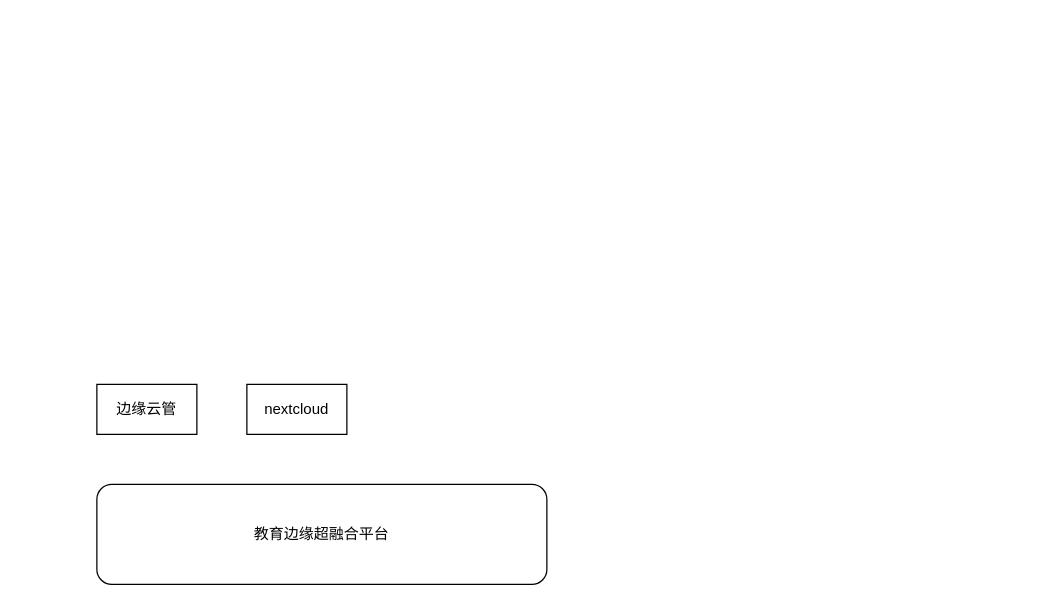
This is 教育-边缘应用部署.drawio from klonhj2015/education-cloud, a draw.io file, before an edit. Source tidied: cells renumbered, new cells numbered last; positions are measured from the earlier drawing's top-left corner, leaving out a move shared by most shapes. Both pictures are drawn from the tidied source at 125%, with x=0, y=0 at pixel (96, 384).
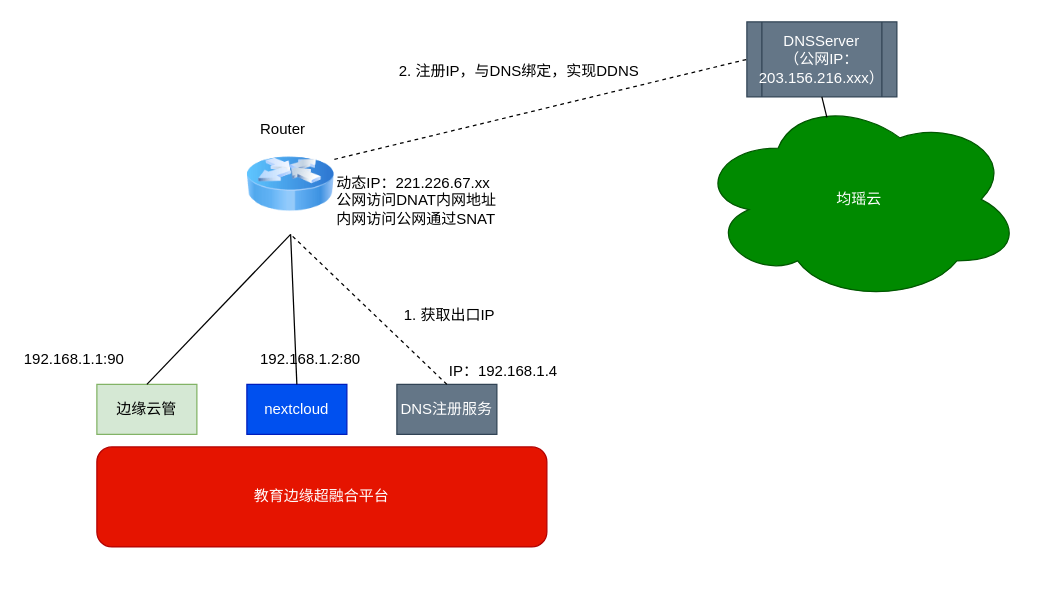
The same diagram, later.

Commit message:
Update 教育-边缘应用部署.drawio

What changed in the source:
```diff
@@
-    <mxCell id="2" value="教育边缘超融合平台" style="rounded=1;whiteSpace=wrap;html=1;" parent="1" vertex="1">
-      <mxGeometry y="80" width="360" height="80" as="geometry" />
+    <mxCell id="2" value="教育边缘超融合平台" style="rounded=1;whiteSpace=wrap;html=1;fillColor=#e51400;strokeColor=#B20000;fontColor=#ffffff;" parent="1" vertex="1">
+      <mxGeometry y="50" width="360" height="80" as="geometry" />
     </mxCell>
-    <mxCell id="3" value="边缘云管" style="rounded=0;whiteSpace=wrap;html=1;" parent="1" vertex="1">
+    <mxCell id="3" value="边缘云管" style="rounded=0;whiteSpace=wrap;html=1;fillColor=#d5e8d4;strokeColor=#82b366;" parent="1" vertex="1">
       <mxGeometry width="80" height="40" as="geometry" />
     </mxCell>
-    <mxCell id="4" value="nextcloud" style="rounded=0;whiteSpace=wrap;html=1;" parent="1" vertex="1">
+    <mxCell id="4" value="nextcloud" style="rounded=0;whiteSpace=wrap;html=1;fillColor=#0050ef;strokeColor=#001DBC;fontColor=#ffffff;" parent="1" vertex="1">
       <mxGeometry x="120" width="80" height="40" as="geometry" />
     </mxCell>
+    <mxCell id="5" value="DNS注册服务" style="rounded=0;whiteSpace=wrap;html=1;fillColor=#647687;strokeColor=#314354;fontColor=#ffffff;" parent="1" vertex="1">
+      <mxGeometry x="240" width="80" height="40" as="geometry" />
+    </mxCell>
+    <mxCell id="6" style="image;html=1;labelBackgroundColor=#ffffff;image=img/lib/clip_art/networking/Router_Icon_128x128.png;" parent="1" vertex="1">
+      <mxGeometry x="120" y="-200" width="70" height="80" as="geometry" />
+    </mxCell>
+    <mxCell id="7" value="Router" style="text;html=1;align=left;verticalAlign=top;spacingTop=-4;" parent="1" vertex="1">
+      <mxGeometry x="129" y="-214" width="50" height="20" as="geometry" />
+    </mxCell>
+    <mxCell id="8" value="动态IP：221.226.67.xx&lt;br&gt;公网访问DNAT内网地址&lt;br&gt;内网访问公网通过SNAT&lt;br&gt;" style="text;html=1;" parent="1" vertex="1">
+      <mxGeometry x="190" y="-175" width="150" height="30" as="geometry" />
+    </mxCell>
+    <mxCell id="9" value="192.168.1.1:90" style="text;html=1;align=left;verticalAlign=top;spacingTop=-4;" parent="1" vertex="1">
+      <mxGeometry x="-60" y="-30" width="100" height="20" as="geometry" />
+    </mxCell>
+    <mxCell id="10" value="192.168.1.2:80" style="text;html=1;align=left;verticalAlign=top;spacingTop=-4;" parent="1" vertex="1">
+      <mxGeometry x="129" y="-30" width="100" height="20" as="geometry" />
+    </mxCell>
+    <mxCell id="11" style="endArrow=none;html=1;entryX=0.5;entryY=1;entryDx=0;entryDy=0;exitX=0.5;exitY=0;exitDx=0;exitDy=0;" parent="1" edge="1" source="3" target="6">
+      <mxGeometry relative="1" as="geometry" />
+    </mxCell>
+    <mxCell id="12" style="endArrow=none;html=1;exitX=0.5;exitY=0;exitDx=0;exitDy=0;entryX=0.5;entryY=1;entryDx=0;entryDy=0;" parent="1" edge="1" source="4" target="6">
+      <mxGeometry relative="1" as="geometry" />
+    </mxCell>
+    <mxCell id="13" style="endArrow=none;html=1;entryX=0.5;entryY=1;entryDx=0;entryDy=0;exitX=0.5;exitY=0;exitDx=0;exitDy=0;dashed=1;" parent="1" edge="1" source="5" target="6">
+      <mxGeometry relative="1" as="geometry" />
+    </mxCell>
+    <mxCell id="14" value="IP：192.168.1.4&lt;br&gt;&lt;br&gt;" style="text;html=1;align=left;verticalAlign=top;spacingTop=-4;" parent="1" vertex="1">
+      <mxGeometry x="280" y="-20" width="100" height="30" as="geometry" />
+    </mxCell>
+    <mxCell id="15" value="均瑶云" style="ellipse;shape=cloud;whiteSpace=wrap;html=1;fillColor=#008a00;strokeColor=#005700;fontColor=#ffffff;" parent="1" vertex="1">
+      <mxGeometry x="480" y="-230" width="260" height="164" as="geometry" />
+    </mxCell>
+    <mxCell id="16" value="DNSServer&lt;br&gt;（公网IP：203.156.216.xxx）&lt;br&gt;" style="shape=process;whiteSpace=wrap;html=1;backgroundOutline=1;fillColor=#647687;strokeColor=#314354;fontColor=#ffffff;" parent="1" vertex="1">
+      <mxGeometry x="520" y="-290" width="120" height="60" as="geometry" />
+    </mxCell>
+    <mxCell id="17" style="endArrow=none;html=1;entryX=0.5;entryY=1;entryDx=0;entryDy=0;exitX=0.4;exitY=0.1;exitDx=0;exitDy=0;exitPerimeter=0;" parent="1" edge="1" source="15" target="16">
+      <mxGeometry relative="1" as="geometry" />
+    </mxCell>
+    <mxCell id="18" style="endArrow=none;dashed=1;html=1;entryX=0;entryY=0.5;entryDx=0;entryDy=0;exitX=1;exitY=0.25;exitDx=0;exitDy=0;" parent="1" edge="1" source="6" target="16">
+      <mxGeometry relative="1" as="geometry" />
+    </mxCell>
+    <mxCell id="19" value="1. 获取出口IP" style="text;html=1;align=left;verticalAlign=top;spacingTop=-4;" parent="1" vertex="1">
+      <mxGeometry x="244" y="-65" width="90" height="20" as="geometry" />
+    </mxCell>
+    <mxCell id="20" value="2. 注册IP，与DNS绑定，实现DDNS" style="text;html=1;align=left;verticalAlign=top;spacingTop=-4;" parent="1" vertex="1">
+      <mxGeometry x="240" y="-260" width="210" height="20" as="geometry" />
+    </mxCell>
```
